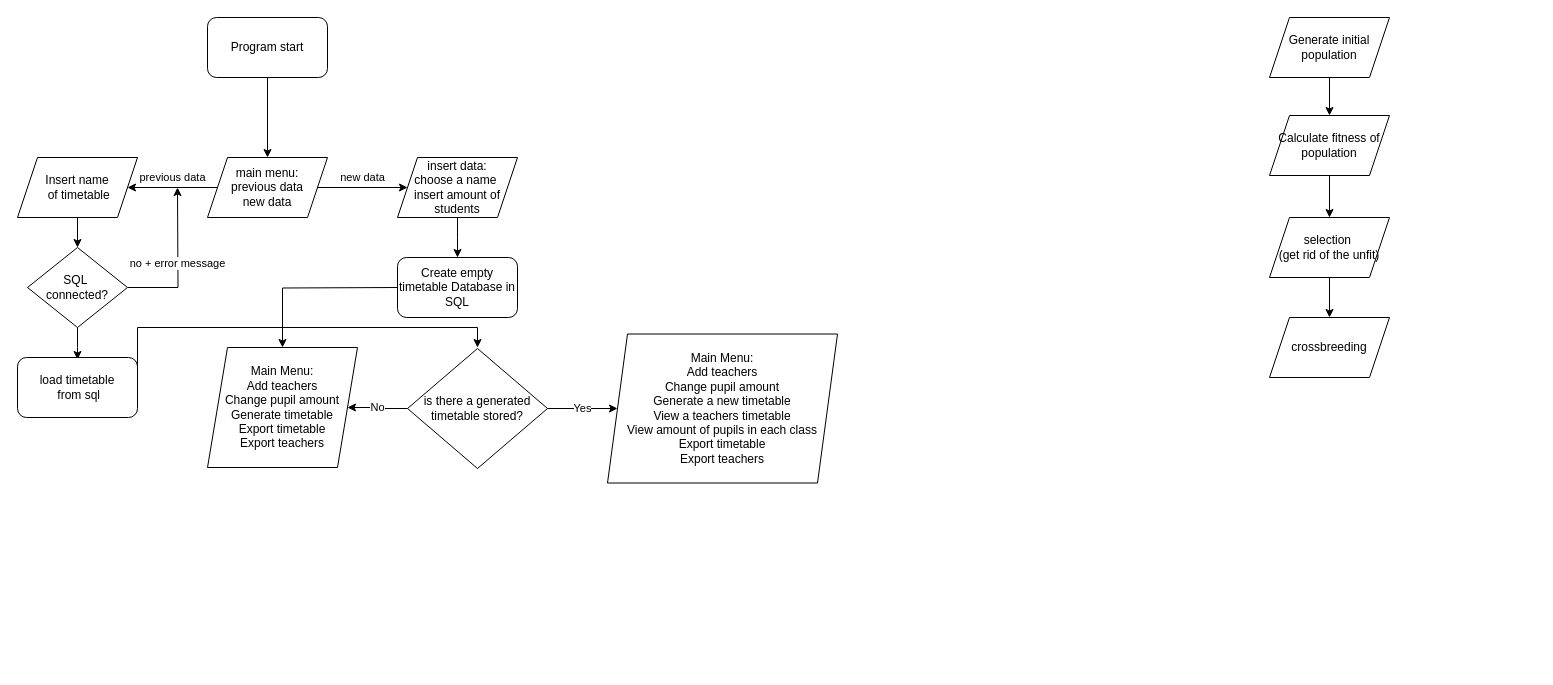
This is NEA.drawio from Fsmart2164/NEA-v1, a draw.io file, before an edit. Source tidied: cells renumbered, new cells numbered last; positions are measured from the earlier drawing's top-left corner, leaving out a move shared by most shapes. Both pictures are drawn from the tidied source at 100%, with x=0, y=0 at pixel (17, 17).
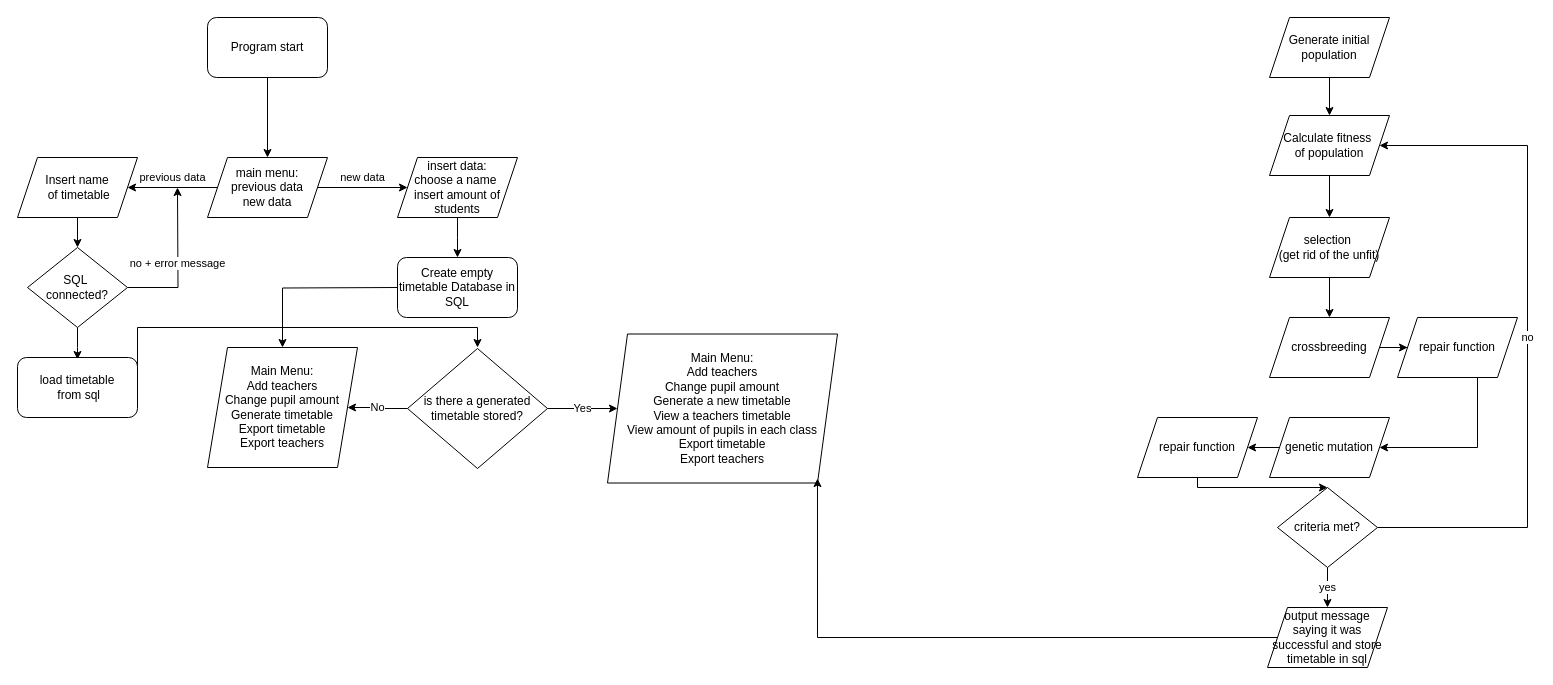
The same diagram, later.

The change refers to these unchanged cells:
```xml
<mxCell id="20" value="Main Menu:&lt;div&gt;Add teachers&lt;/div&gt;&lt;div&gt;Change pupil amount&lt;/div&gt;&lt;div&gt;Generate a new timetable&lt;/div&gt;&lt;div&gt;View a teachers timetable&lt;/div&gt;&lt;div&gt;View amount of pupils in each class&lt;/div&gt;&lt;div&gt;&lt;div&gt;Export timetable&lt;/div&gt;&lt;div&gt;Export teachers&lt;/div&gt;&lt;/div&gt;" style="shape=parallelogram;perimeter=parallelogramPerimeter;whiteSpace=wrap;html=1;fixedSize=1;" parent="1" vertex="1">
  <mxGeometry x="590" y="316.5" width="230" height="149" as="geometry" />
</mxCell>
<mxCell id="29" value="crossbreeding" style="shape=parallelogram;perimeter=parallelogramPerimeter;whiteSpace=wrap;html=1;fixedSize=1;" parent="1" vertex="1">
  <mxGeometry x="1252" y="300" width="120" height="60" as="geometry" />
</mxCell>
```

Diff of the diagram source:
```diff
@@
-    <mxCell id="26" value="Calculate fitness of population" style="shape=parallelogram;perimeter=parallelogramPerimeter;whiteSpace=wrap;html=1;fixedSize=1;" parent="1" vertex="1">
+    <mxCell id="26" value="Calculate fitness&amp;nbsp;&lt;div&gt;of population&lt;/div&gt;" style="shape=parallelogram;perimeter=parallelogramPerimeter;whiteSpace=wrap;html=1;fixedSize=1;" parent="1" vertex="1">
       <mxGeometry x="1252" y="98" width="120" height="60" as="geometry" />
     </mxCell>
@@
+    <mxCell id="30" style="edgeStyle=orthogonalEdgeStyle;rounded=0;jettySize=auto;html=1;" parent="1" edge="1" source="29" target="32">
+      <mxGeometry relative="1" as="geometry" />
+    </mxCell>
@@
+    <mxCell id="31" style="edgeStyle=orthogonalEdgeStyle;rounded=0;jettySize=auto;html=1;entryX=1;entryY=0.5;entryDx=0;entryDy=0;" parent="1" edge="1" source="32" target="34">
+      <mxGeometry relative="1" as="geometry">
+        <Array as="points">
+          <mxPoint x="1460" y="430" />
+        </Array>
+      </mxGeometry>
+    </mxCell>
+    <mxCell id="32" value="repair function" style="shape=parallelogram;perimeter=parallelogramPerimeter;whiteSpace=wrap;html=1;fixedSize=1;" parent="1" vertex="1">
+      <mxGeometry x="1380" y="300" width="120" height="60" as="geometry" />
+    </mxCell>
+    <mxCell id="33" style="edgeStyle=orthogonalEdgeStyle;rounded=0;jettySize=auto;html=1;" parent="1" edge="1" source="34" target="36">
+      <mxGeometry relative="1" as="geometry" />
+    </mxCell>
+    <mxCell id="34" value="genetic mutation" style="shape=parallelogram;perimeter=parallelogramPerimeter;whiteSpace=wrap;html=1;fixedSize=1;" parent="1" vertex="1">
+      <mxGeometry x="1252" y="400" width="120" height="60" as="geometry" />
+    </mxCell>
+    <mxCell id="35" style="edgeStyle=orthogonalEdgeStyle;rounded=0;jettySize=auto;html=1;entryX=0.5;entryY=0;entryDx=0;entryDy=0;" parent="1" edge="1" source="36" target="39">
+      <mxGeometry relative="1" as="geometry">
+        <Array as="points">
+          <mxPoint x="1180" y="470" />
+        </Array>
+      </mxGeometry>
+    </mxCell>
+    <mxCell id="36" value="repair function" style="shape=parallelogram;perimeter=parallelogramPerimeter;whiteSpace=wrap;html=1;fixedSize=1;" parent="1" vertex="1">
+      <mxGeometry x="1120" y="400" width="120" height="60" as="geometry" />
+    </mxCell>
+    <mxCell id="37" value="no" style="edgeStyle=orthogonalEdgeStyle;rounded=0;jettySize=auto;html=1;entryX=1;entryY=0.5;entryDx=0;entryDy=0;" parent="1" edge="1" source="39" target="26">
+      <mxGeometry relative="1" as="geometry">
+        <Array as="points">
+          <mxPoint x="1510" y="510" />
+          <mxPoint x="1510" y="128" />
+        </Array>
+      </mxGeometry>
+    </mxCell>
+    <mxCell id="38" value="yes" style="edgeStyle=orthogonalEdgeStyle;rounded=0;jettySize=auto;html=1;" parent="1" edge="1" source="39" target="40">
+      <mxGeometry relative="1" as="geometry" />
+    </mxCell>
+    <mxCell id="39" value="criteria met?" style="rhombus;whiteSpace=wrap;html=1;" parent="1" vertex="1">
+      <mxGeometry x="1260" y="470" width="100" height="80" as="geometry" />
+    </mxCell>
+    <mxCell id="40" value="output message saying it was successful and store timetable in sql" style="shape=parallelogram;perimeter=parallelogramPerimeter;whiteSpace=wrap;html=1;fixedSize=1;" parent="1" vertex="1">
+      <mxGeometry x="1250" y="590" width="120" height="60" as="geometry" />
+    </mxCell>
+    <mxCell id="41" style="edgeStyle=orthogonalEdgeStyle;rounded=0;jettySize=auto;html=1;entryX=0.913;entryY=0.97;entryDx=0;entryDy=0;entryPerimeter=0;" parent="1" edge="1" source="40" target="20">
+      <mxGeometry relative="1" as="geometry" />
+    </mxCell>
```
